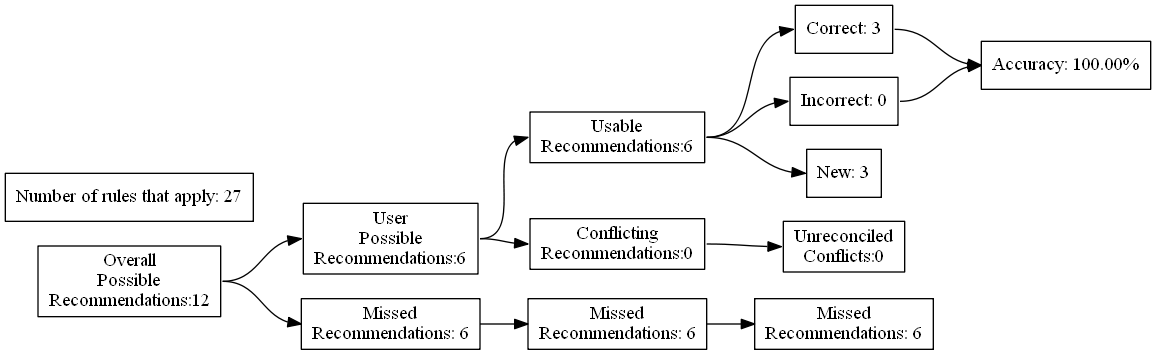
Earlier version of the Graphviz export test_renders/2.gv.png (ZaxR/ibd_diet_analysis). Its source is kept beside it as test_renders/2.gv.
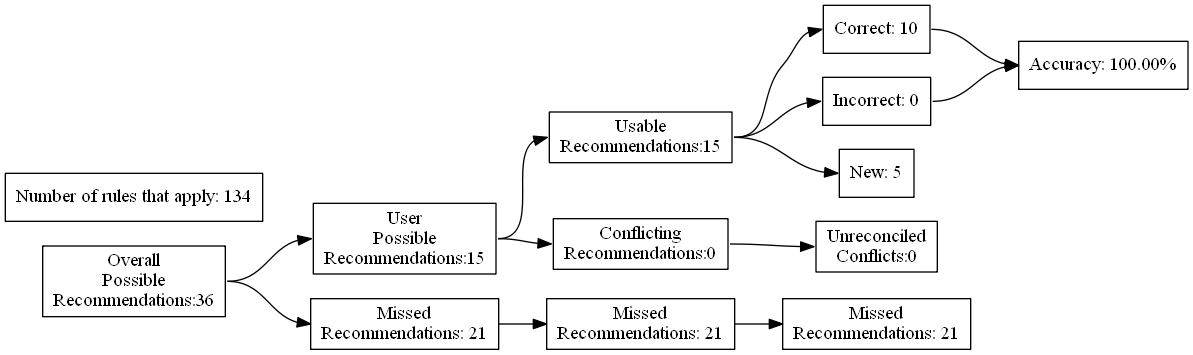
The same diagram one commit later.

Diff of the diagram source:
```diff
@@ -4,27 +4,27 @@
 	edge [headport=w tailport=e]
 		A [label="Overall
 Possible
-Recommendations:12"]
+Recommendations:36"]
 		B [label="User
 Possible
-Recommendations:6"]
+Recommendations:15"]
 		C [label="Missed
-Recommendations: 6"]
+Recommendations: 21"]
 		D [label="Usable
-Recommendations:6"]
+Recommendations:15"]
 		E [label="Conflicting
 Recommendations:0"]
 		J [label="Missed
-Recommendations: 6"]
+Recommendations: 21"]
 		M [label="Unreconciled
 Conflicts:0"]
-		F [label="Correct: 3"]
+		F [label="Correct: 10"]
 		G [label="Incorrect: 0"]
-		H [label="New: 3"]
+		H [label="New: 5"]
 		K [label="Missed
-Recommendations: 6"]
+Recommendations: 21"]
 		I [label="Accuracy: 100.00%"]
-		l [label="Number of rules that apply: 27"]
+		l [label="Number of rules that apply: 134"]
 			A -> B
 			A -> C
 			B -> D
```
